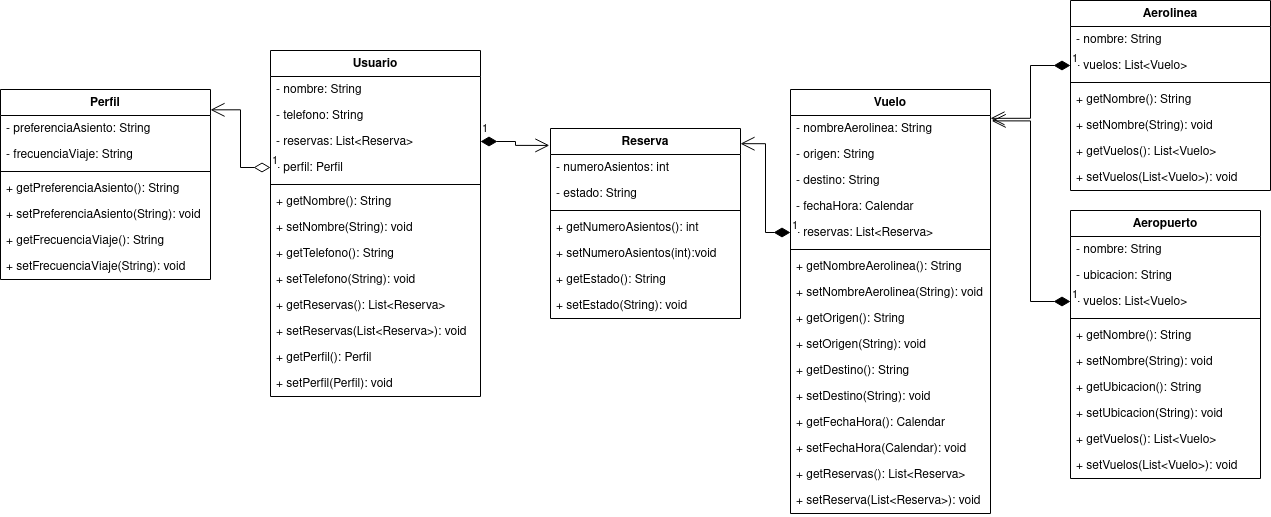
This is ejercicio2/diagram/ejercicio2-maxi.png from mackstm/examen-ets, a draw.io export, as it was before one commit. Source tidied: cells renumbered, new cells last; positions are measured from the earlier drawing's top-left corner, leaving out a move shared by most shapes.
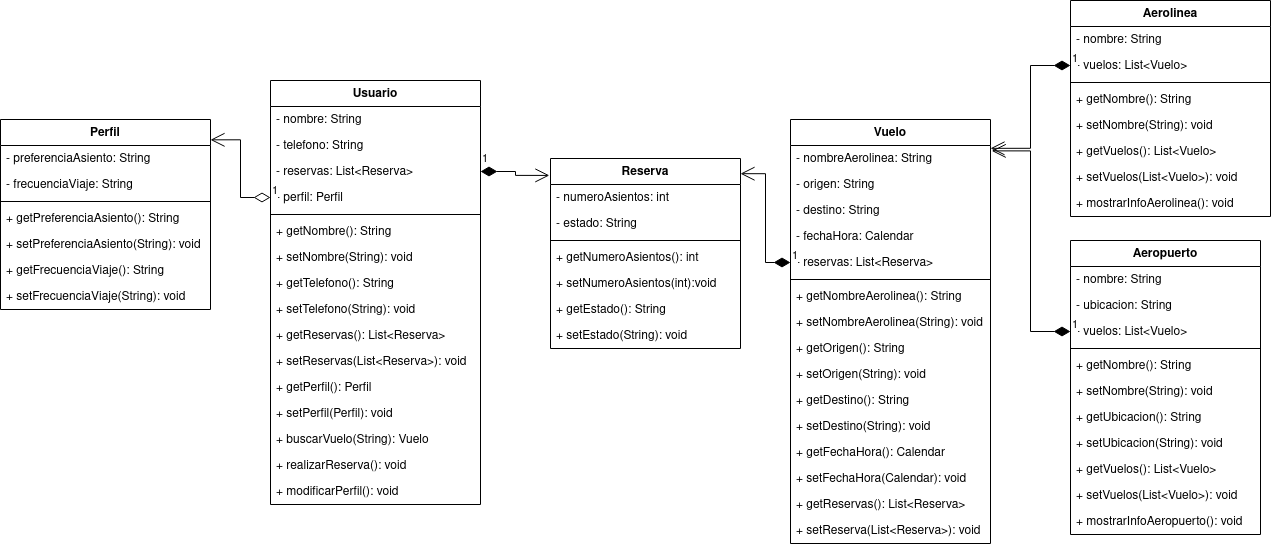
After the change.

What changed in the source:
```diff
@@ -3,7 +3,7 @@
     <mxCell id="0" />
     <mxCell id="1" parent="0" />
     <mxCell id="2" value="Usuario" style="swimlane;fontStyle=1;align=center;verticalAlign=top;horizontal=1;startSize=26;whiteSpace=wrap;html=1;" parent="1" vertex="1">
-      <mxGeometry x="270" y="50" width="210" height="346" as="geometry" />
+      <mxGeometry x="270" y="50" width="210" height="424" as="geometry" />
     </mxCell>
     <mxCell id="3" value="- nombre: String" style="text;strokeColor=none;fillColor=none;align=left;verticalAlign=top;spacingLeft=4;spacingRight=4;overflow=hidden;whiteSpace=wrap;html=1;" parent="2" vertex="1">
       <mxGeometry y="26" width="210" height="26" as="geometry" />
@@ -44,6 +44,15 @@
     <mxCell id="15" value="+ setPerfil(Perfil): void" style="text;strokeColor=none;fillColor=none;align=left;verticalAlign=top;spacingLeft=4;spacingRight=4;overflow=hidden;whiteSpace=wrap;html=1;" parent="2" vertex="1">
       <mxGeometry y="320" width="210" height="26" as="geometry" />
     </mxCell>
+    <mxCell id="73" value="+ buscarVuelo(String): Vuelo" style="text;strokeColor=none;fillColor=none;align=left;verticalAlign=top;spacingLeft=4;spacingRight=4;overflow=hidden;whiteSpace=wrap;html=1;" parent="2" vertex="1">
+      <mxGeometry y="346" width="210" height="26" as="geometry" />
+    </mxCell>
+    <mxCell id="74" value="+ realizarReserva(): void" style="text;strokeColor=none;fillColor=none;align=left;verticalAlign=top;spacingLeft=4;spacingRight=4;overflow=hidden;whiteSpace=wrap;html=1;" parent="2" vertex="1">
+      <mxGeometry y="372" width="210" height="26" as="geometry" />
+    </mxCell>
+    <mxCell id="75" value="+ modificarPerfil(): void" style="text;strokeColor=none;fillColor=none;align=left;verticalAlign=top;spacingLeft=4;spacingRight=4;overflow=hidden;whiteSpace=wrap;html=1;" parent="2" vertex="1">
+      <mxGeometry y="398" width="210" height="26" as="geometry" />
+    </mxCell>
     <mxCell id="16" value="Reserva" style="swimlane;fontStyle=1;align=center;verticalAlign=top;horizontal=1;startSize=26;whiteSpace=wrap;html=1;" parent="1" vertex="1">
       <mxGeometry x="550" y="128" width="190" height="190" as="geometry" />
     </mxCell>
@@ -120,7 +129,7 @@
       <mxGeometry y="398" width="200" height="26" as="geometry" />
     </mxCell>
     <mxCell id="41" value="Aerolinea" style="swimlane;fontStyle=1;align=center;verticalAlign=top;horizontal=1;startSize=26;whiteSpace=wrap;html=1;" parent="1" vertex="1">
-      <mxGeometry x="1070" width="200" height="190" as="geometry" />
+      <mxGeometry x="1070" y="-30" width="200" height="216" as="geometry" />
     </mxCell>
     <mxCell id="42" value="- nombre: String" style="text;strokeColor=none;fillColor=none;align=left;verticalAlign=top;spacingLeft=4;spacingRight=4;overflow=hidden;whiteSpace=wrap;html=1;" parent="41" vertex="1">
       <mxGeometry y="26" width="200" height="26" as="geometry" />
@@ -143,8 +152,11 @@
     <mxCell id="48" value="+ setVuelos(List&amp;lt;Vuelo&amp;gt;): void" style="text;strokeColor=none;fillColor=none;align=left;verticalAlign=top;spacingLeft=4;spacingRight=4;overflow=hidden;whiteSpace=wrap;html=1;" parent="41" vertex="1">
       <mxGeometry y="164" width="200" height="26" as="geometry" />
     </mxCell>
+    <mxCell id="76" value="+ mostrarInfoAerolinea(): void" style="text;strokeColor=none;fillColor=none;align=left;verticalAlign=top;spacingLeft=4;spacingRight=4;overflow=hidden;whiteSpace=wrap;html=1;" parent="41" vertex="1">
+      <mxGeometry y="190" width="200" height="26" as="geometry" />
+    </mxCell>
     <mxCell id="49" value="Aeropuerto" style="swimlane;fontStyle=1;align=center;verticalAlign=top;horizontal=1;startSize=26;whiteSpace=wrap;html=1;" parent="1" vertex="1">
-      <mxGeometry x="1070" y="210" width="190" height="268" as="geometry" />
+      <mxGeometry x="1070" y="210" width="190" height="294" as="geometry" />
     </mxCell>
     <mxCell id="50" value="- nombre: String" style="text;strokeColor=none;fillColor=none;align=left;verticalAlign=top;spacingLeft=4;spacingRight=4;overflow=hidden;whiteSpace=wrap;html=1;" parent="49" vertex="1">
       <mxGeometry y="26" width="190" height="26" as="geometry" />
@@ -176,6 +188,9 @@
     <mxCell id="59" value="+ setVuelos(List&amp;lt;Vuelo&amp;gt;): void" style="text;strokeColor=none;fillColor=none;align=left;verticalAlign=top;spacingLeft=4;spacingRight=4;overflow=hidden;whiteSpace=wrap;html=1;" parent="49" vertex="1">
       <mxGeometry y="242" width="190" height="26" as="geometry" />
     </mxCell>
+    <mxCell id="77" value="+ mostrarInfoAeropuerto(): void" style="text;strokeColor=none;fillColor=none;align=left;verticalAlign=top;spacingLeft=4;spacingRight=4;overflow=hidden;whiteSpace=wrap;html=1;" parent="49" vertex="1">
+      <mxGeometry y="268" width="190" height="26" as="geometry" />
+    </mxCell>
     <mxCell id="60" value="Perfil" style="swimlane;fontStyle=1;align=center;verticalAlign=top;horizontal=1;startSize=26;whiteSpace=wrap;html=1;" parent="1" vertex="1">
       <mxGeometry y="89" width="210" height="190" as="geometry" />
     </mxCell>
```
